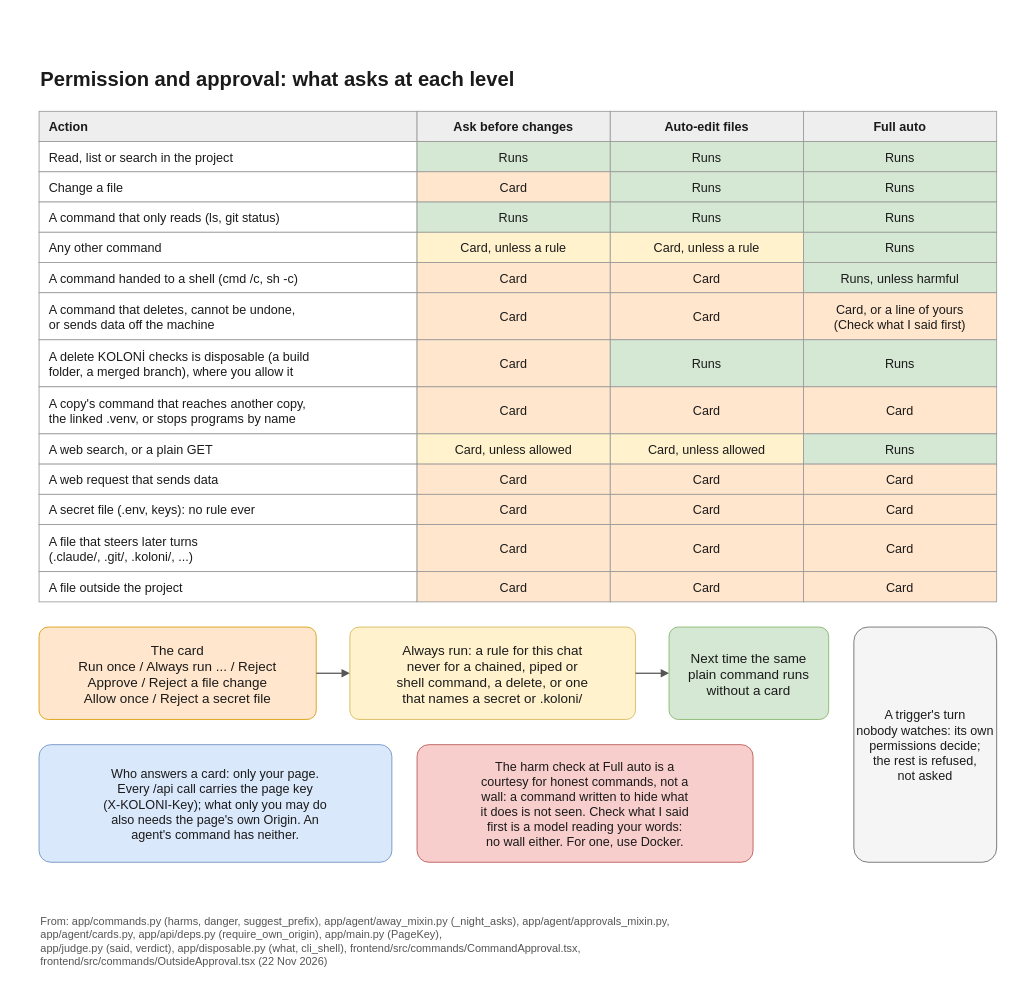
This is docs/diagrams/permissions.drawio from flyingriverhorse/Koloni, a draw.io file, before an edit. Source tidied: cells renumbered, new cells numbered last; positions are measured from the earlier drawing's top-left corner, leaving out a move shared by most shapes. Both pictures are drawn from the tidied source at 84%, with x=0, y=0 at pixel (13, 47).
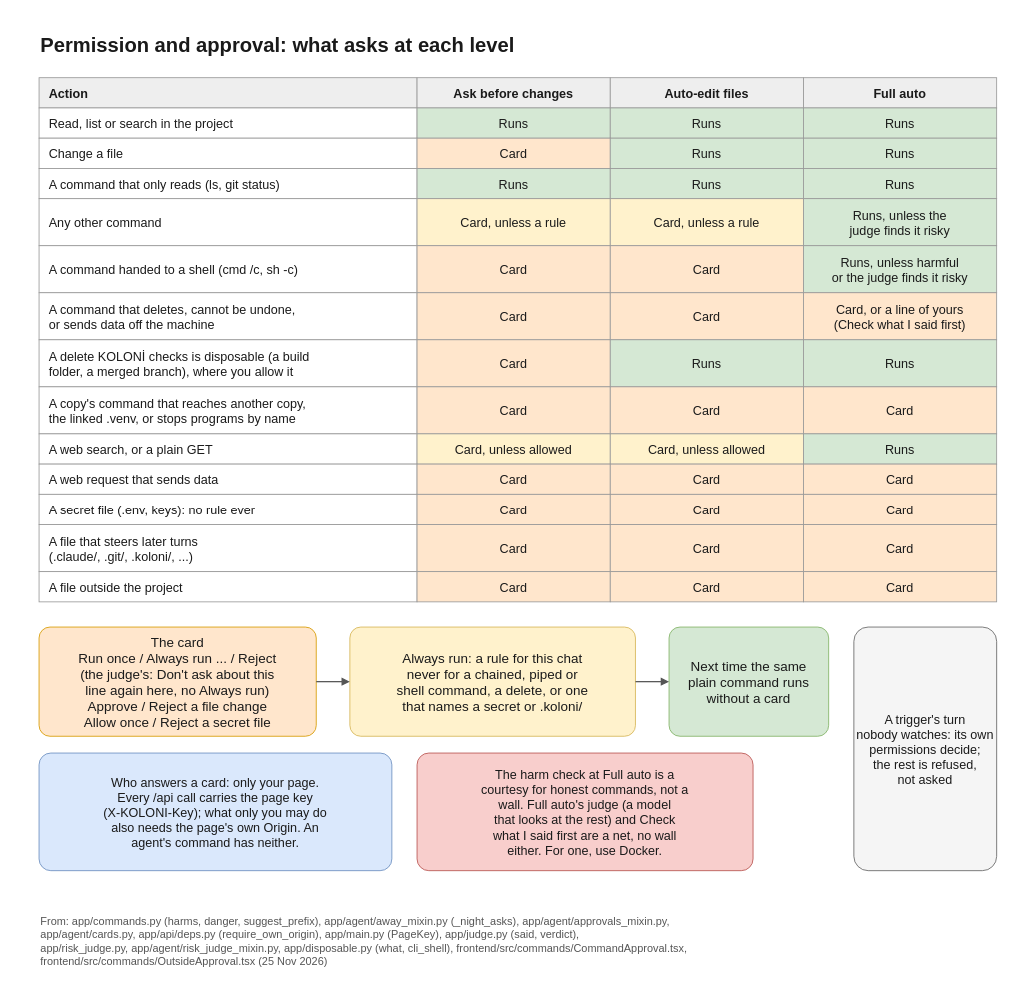
After the change.

Diff of the diagram source:
```diff
@@
     <mxCell id="2" style="rounded=0;fillColor=#ffffff;strokeColor=none;" parent="1" vertex="1">
-      <mxGeometry width="1200" height="1104" as="geometry" />
+      <mxGeometry y="-40" width="1200" height="1144" as="geometry" />
     </mxCell>
     <mxCell id="3" value="Permission and approval: what asks at each level" style="text;strokeColor=none;fillColor=none;fontFamily=Helvetica;fontColor=#1a1a1a;fontSize=24;align=left;verticalAlign=top;fontStyle=1;" parent="1" vertex="1">
-      <mxGeometry x="30" y="16" width="1140" height="36" as="geometry" />
+      <mxGeometry x="30" y="-24" width="1140" height="36" as="geometry" />
     </mxCell>
     <mxCell id="4" value="Action" style="rounded=0;fontFamily=Helvetica;fontColor=#1a1a1a;fontSize=15;strokeColor=#999999;fillColor=#eeeeee;fontStyle=1;align=left;spacingLeft=10;" parent="1" vertex="1">
-      <mxGeometry x="30" y="76" width="450" height="36" as="geometry" />
+      <mxGeometry x="30" y="36" width="450" height="36" as="geometry" />
     </mxCell>
     <mxCell id="5" value="Ask before changes" style="rounded=0;fontFamily=Helvetica;fontColor=#1a1a1a;fontSize=15;strokeColor=#999999;fillColor=#eeeeee;fontStyle=1;" parent="1" vertex="1">
-      <mxGeometry x="480" y="76" width="230" height="36" as="geometry" />
+      <mxGeometry x="480" y="36" width="230" height="36" as="geometry" />
     </mxCell>
     <mxCell id="6" value="Auto-edit files" style="rounded=0;fontFamily=Helvetica;fontColor=#1a1a1a;fontSize=15;strokeColor=#999999;fillColor=#eeeeee;fontStyle=1;" parent="1" vertex="1">
-      <mxGeometry x="710" y="76" width="230" height="36" as="geometry" />
+      <mxGeometry x="710" y="36" width="230" height="36" as="geometry" />
     </mxCell>
     <mxCell id="7" value="Full auto" style="rounded=0;fontFamily=Helvetica;fontColor=#1a1a1a;fontSize=15;strokeColor=#999999;fillColor=#eeeeee;fontStyle=1;" parent="1" vertex="1">
-      <mxGeometry x="940" y="76" width="230" height="36" as="geometry" />
+      <mxGeometry x="940" y="36" width="230" height="36" as="geometry" />
     </mxCell>
     <mxCell id="8" value="Read, list or search in the project" style="rounded=0;fontFamily=Helvetica;fontColor=#1a1a1a;fontSize=15;strokeColor=#999999;fillColor=#ffffff;align=left;spacingLeft=10;" parent="1" vertex="1">
-      <mxGeometry x="30" y="112" width="450" height="36" as="geometry" />
+      <mxGeometry x="30" y="72" width="450" height="36" as="geometry" />
     </mxCell>
     <mxCell id="9" value="Runs" style="rounded=0;fontFamily=Helvetica;fontColor=#1a1a1a;fontSize=15;strokeColor=#999999;fillColor=#d5e8d4;" parent="1" vertex="1">
-      <mxGeometry x="480" y="112" width="230" height="36" as="geometry" />
+      <mxGeometry x="480" y="72" width="230" height="36" as="geometry" />
     </mxCell>
     <mxCell id="10" value="Runs" style="rounded=0;fontFamily=Helvetica;fontColor=#1a1a1a;fontSize=15;strokeColor=#999999;fillColor=#d5e8d4;" parent="1" vertex="1">
-      <mxGeometry x="710" y="112" width="230" height="36" as="geometry" />
+      <mxGeometry x="710" y="72" width="230" height="36" as="geometry" />
     </mxCell>
     <mxCell id="11" value="Runs" style="rounded=0;fontFamily=Helvetica;fontColor=#1a1a1a;fontSize=15;strokeColor=#999999;fillColor=#d5e8d4;" parent="1" vertex="1">
-      <mxGeometry x="940" y="112" width="230" height="36" as="geometry" />
+      <mxGeometry x="940" y="72" width="230" height="36" as="geometry" />
     </mxCell>
     <mxCell id="12" value="Change a file" style="rounded=0;fontFamily=Helvetica;fontColor=#1a1a1a;fontSize=15;strokeColor=#999999;fillColor=#ffffff;align=left;spacingLeft=10;" parent="1" vertex="1">
-      <mxGeometry x="30" y="148" width="450" height="36" as="geometry" />
+      <mxGeometry x="30" y="108" width="450" height="36" as="geometry" />
     </mxCell>
     <mxCell id="13" value="Card" style="rounded=0;fontFamily=Helvetica;fontColor=#1a1a1a;fontSize=15;strokeColor=#999999;fillColor=#ffe6cc;" parent="1" vertex="1">
-      <mxGeometry x="480" y="148" width="230" height="36" as="geometry" />
+      <mxGeometry x="480" y="108" width="230" height="36" as="geometry" />
     </mxCell>
     <mxCell id="14" value="Runs" style="rounded=0;fontFamily=Helvetica;fontColor=#1a1a1a;fontSize=15;strokeColor=#999999;fillColor=#d5e8d4;" parent="1" vertex="1">
-      <mxGeometry x="710" y="148" width="230" height="36" as="geometry" />
+      <mxGeometry x="710" y="108" width="230" height="36" as="geometry" />
     </mxCell>
     <mxCell id="15" value="Runs" style="rounded=0;fontFamily=Helvetica;fontColor=#1a1a1a;fontSize=15;strokeColor=#999999;fillColor=#d5e8d4;" parent="1" vertex="1">
-      <mxGeometry x="940" y="148" width="230" height="36" as="geometry" />
+      <mxGeometry x="940" y="108" width="230" height="36" as="geometry" />
     </mxCell>
     <mxCell id="16" value="A command that only reads (ls, git status)" style="rounded=0;fontFamily=Helvetica;fontColor=#1a1a1a;fontSize=15;strokeColor=#999999;fillColor=#ffffff;align=left;spacingLeft=10;" parent="1" vertex="1">
-      <mxGeometry x="30" y="184" width="450" height="36" as="geometry" />
+      <mxGeometry x="30" y="144" width="450" height="36" as="geometry" />
     </mxCell>
     <mxCell id="17" value="Runs" style="rounded=0;fontFamily=Helvetica;fontColor=#1a1a1a;fontSize=15;strokeColor=#999999;fillColor=#d5e8d4;" parent="1" vertex="1">
-      <mxGeometry x="480" y="184" width="230" height="36" as="geometry" />
+      <mxGeometry x="480" y="144" width="230" height="36" as="geometry" />
     </mxCell>
     <mxCell id="18" value="Runs" style="rounded=0;fontFamily=Helvetica;fontColor=#1a1a1a;fontSize=15;strokeColor=#999999;fillColor=#d5e8d4;" parent="1" vertex="1">
-      <mxGeometry x="710" y="184" width="230" height="36" as="geometry" />
+      <mxGeometry x="710" y="144" width="230" height="36" as="geometry" />
     </mxCell>
     <mxCell id="19" value="Runs" style="rounded=0;fontFamily=Helvetica;fontColor=#1a1a1a;fontSize=15;strokeColor=#999999;fillColor=#d5e8d4;" parent="1" vertex="1">
-      <mxGeometry x="940" y="184" width="230" height="36" as="geometry" />
+      <mxGeometry x="940" y="144" width="230" height="36" as="geometry" />
     </mxCell>
     <mxCell id="20" value="Any other command" style="rounded=0;fontFamily=Helvetica;fontColor=#1a1a1a;fontSize=15;strokeColor=#999999;fillColor=#ffffff;align=left;spacingLeft=10;" parent="1" vertex="1">
-      <mxGeometry x="30" y="220" width="450" height="36" as="geometry" />
+      <mxGeometry x="30" y="180" width="450" height="56" as="geometry" />
     </mxCell>
     <mxCell id="21" value="Card, unless a rule" style="rounded=0;fontFamily=Helvetica;fontColor=#1a1a1a;fontSize=15;strokeColor=#999999;fillColor=#fff2cc;" parent="1" vertex="1">
-      <mxGeometry x="480" y="220" width="230" height="36" as="geometry" />
+      <mxGeometry x="480" y="180" width="230" height="56" as="geometry" />
     </mxCell>
     <mxCell id="22" value="Card, unless a rule" style="rounded=0;fontFamily=Helvetica;fontColor=#1a1a1a;fontSize=15;strokeColor=#999999;fillColor=#fff2cc;" parent="1" vertex="1">
-      <mxGeometry x="710" y="220" width="230" height="36" as="geometry" />
+      <mxGeometry x="710" y="180" width="230" height="56" as="geometry" />
     </mxCell>
-    <mxCell id="23" value="Runs" style="rounded=0;fontFamily=Helvetica;fontColor=#1a1a1a;fontSize=15;strokeColor=#999999;fillColor=#d5e8d4;" parent="1" vertex="1">
-      <mxGeometry x="940" y="220" width="230" height="36" as="geometry" />
+    <mxCell id="23" value="Runs, unless the&#10;judge finds it risky" style="rounded=0;fontFamily=Helvetica;fontColor=#1a1a1a;fontSize=15;strokeColor=#999999;fillColor=#d5e8d4;" parent="1" vertex="1">
+      <mxGeometry x="940" y="180" width="230" height="56" as="geometry" />
     </mxCell>
     <mxCell id="24" value="A command handed to a shell (cmd /c, sh -c)" style="rounded=0;fontFamily=Helvetica;fontColor=#1a1a1a;fontSize=15;strokeColor=#999999;fillColor=#ffffff;align=left;spacingLeft=10;" parent="1" vertex="1">
-      <mxGeometry x="30" y="256" width="450" height="36" as="geometry" />
+      <mxGeometry x="30" y="236" width="450" height="56" as="geometry" />
     </mxCell>
     <mxCell id="25" value="Card" style="rounded=0;fontFamily=Helvetica;fontColor=#1a1a1a;fontSize=15;strokeColor=#999999;fillColor=#ffe6cc;" parent="1" vertex="1">
-      <mxGeometry x="480" y="256" width="230" height="36" as="geometry" />
+      <mxGeometry x="480" y="236" width="230" height="56" as="geometry" />
     </mxCell>
     <mxCell id="26" value="Card" style="rounded=0;fontFamily=Helvetica;fontColor=#1a1a1a;fontSize=15;strokeColor=#999999;fillColor=#ffe6cc;" parent="1" vertex="1">
-      <mxGeometry x="710" y="256" width="230" height="36" as="geometry" />
+      <mxGeometry x="710" y="236" width="230" height="56" as="geometry" />
     </mxCell>
-    <mxCell id="27" value="Runs, unless harmful" style="rounded=0;fontFamily=Helvetica;fontColor=#1a1a1a;fontSize=15;strokeColor=#999999;fillColor=#d5e8d4;" parent="1" vertex="1">
-      <mxGeometry x="940" y="256" width="230" height="36" as="geometry" />
+    <mxCell id="27" value="Runs, unless harmful&#10;or the judge finds it risky" style="rounded=0;fontFamily=Helvetica;fontColor=#1a1a1a;fontSize=15;strokeColor=#999999;fillColor=#d5e8d4;" parent="1" vertex="1">
+      <mxGeometry x="940" y="236" width="230" height="56" as="geometry" />
     </mxCell>
@@
-    <mxCell id="60" value="The card&#10;Run once / Always run ... / Reject&#10;Approve / Reject a file change&#10;Allow once / Reject a secret file" style="rounded=1;arcSize=10;fillColor=#ffe6cc;strokeColor=#d79b00;fontFamily=Helvetica;fontColor=#1a1a1a;fontSize=16;spacing=6;" parent="1" vertex="1">
-      <mxGeometry x="30" y="690" width="330" height="110" as="geometry" />
+    <mxCell id="60" value="The card&#10;Run once / Always run ... / Reject&#10;(the judge's: Don't ask about this&#10;line again here, no Always run)&#10;Approve / Reject a file change&#10;Allow once / Reject a secret file" style="rounded=1;arcSize=10;fillColor=#ffe6cc;strokeColor=#d79b00;fontFamily=Helvetica;fontColor=#1a1a1a;fontSize=16;spacing=6;" parent="1" vertex="1">
+      <mxGeometry x="30" y="690" width="330" height="130" as="geometry" />
     </mxCell>
     <mxCell id="61" value="Always run: a rule for this chat&#10;never for a chained, piped or&#10;shell command, a delete, or one&#10;that names a secret or .koloni/" style="rounded=1;arcSize=10;fillColor=#fff2cc;strokeColor=#d6b656;fontFamily=Helvetica;fontColor=#1a1a1a;fontSize=16;spacing=6;" parent="1" vertex="1">
-      <mxGeometry x="400" y="690" width="340" height="110" as="geometry" />
+      <mxGeometry x="400" y="690" width="340" height="130" as="geometry" />
     </mxCell>
     <mxCell id="62" value="Next time the same&#10;plain command runs&#10;without a card" style="rounded=1;arcSize=10;fillColor=#d5e8d4;strokeColor=#82b366;fontFamily=Helvetica;fontColor=#1a1a1a;fontSize=16;spacing=6;" parent="1" vertex="1">
-      <mxGeometry x="780" y="690" width="190" height="110" as="geometry" />
+      <mxGeometry x="780" y="690" width="190" height="130" as="geometry" />
     </mxCell>
@@
     <mxCell id="65" value="Who answers a card: only your page.&#10;Every /api call carries the page key&#10;(X-KOLONI-Key); what only you may do&#10;also needs the page's own Origin. An&#10;agent's command has neither." style="rounded=1;arcSize=10;fillColor=#dae8fc;strokeColor=#6c8ebf;fontFamily=Helvetica;fontColor=#1a1a1a;fontSize=15;spacing=6;" parent="1" vertex="1">
-      <mxGeometry x="30" y="830" width="420" height="140" as="geometry" />
+      <mxGeometry x="30" y="840" width="420" height="140" as="geometry" />
     </mxCell>
-    <mxCell id="66" value="The harm check at Full auto is a&#10;courtesy for honest commands, not a&#10;wall: a command written to hide what&#10;it does is not seen. Check what I said&#10;first is a model reading your words:&#10;no wall either. For one, use Docker." style="rounded=1;arcSize=10;fillColor=#f8cecc;strokeColor=#b85450;fontFamily=Helvetica;fontColor=#1a1a1a;fontSize=15;spacing=6;" parent="1" vertex="1">
-      <mxGeometry x="480" y="830" width="400" height="140" as="geometry" />
+    <mxCell id="66" value="The harm check at Full auto is a&#10;courtesy for honest commands, not a&#10;wall. Full auto's judge (a model&#10;that looks at the rest) and Check&#10;what I said first are a net, no wall&#10;either. For one, use Docker." style="rounded=1;arcSize=10;fillColor=#f8cecc;strokeColor=#b85450;fontFamily=Helvetica;fontColor=#1a1a1a;fontSize=15;spacing=6;" parent="1" vertex="1">
+      <mxGeometry x="480" y="840" width="400" height="140" as="geometry" />
     </mxCell>
     <mxCell id="67" value="A trigger's turn&#10;nobody watches: its own&#10;permissions decide;&#10;the rest is refused,&#10;not asked" style="rounded=1;arcSize=10;fillColor=#f5f5f5;strokeColor=#666666;fontFamily=Helvetica;fontColor=#1a1a1a;fontSize=15;spacing=6;" parent="1" vertex="1">
-      <mxGeometry x="1000" y="690" width="170" height="280" as="geometry" />
+      <mxGeometry x="1000" y="690" width="170" height="290" as="geometry" />
     </mxCell>
-    <mxCell id="68" value="From: app/commands.py (harms, danger, suggest_prefix), app/agent/away_mixin.py (_night_asks), app/agent/approvals_mixin.py,&#10;app/agent/cards.py, app/api/deps.py (require_own_origin), app/main.py (PageKey),&#10;app/judge.py (said, verdict), app/disposable.py (what, cli_shell), frontend/src/commands/CommandApproval.tsx,&#10;frontend/src/commands/OutsideApproval.tsx (22 Nov 2026)" style="text;strokeColor=none;fillColor=none;fontFamily=Helvetica;fontColor=#555555;fontSize=13;align=left;verticalAlign=top;" parent="1" vertex="1">
+    <mxCell id="68" value="From: app/commands.py (harms, danger, suggest_prefix), app/agent/away_mixin.py (_night_asks), app/agent/approvals_mixin.py,&#10;app/agent/cards.py, app/api/deps.py (require_own_origin), app/main.py (PageKey), app/judge.py (said, verdict),&#10;app/risk_judge.py, app/agent/risk_judge_mixin.py, app/disposable.py (what, cli_shell), frontend/src/commands/CommandApproval.tsx,&#10;frontend/src/commands/OutsideApproval.tsx (25 Nov 2026)" style="text;strokeColor=none;fillColor=none;fontFamily=Helvetica;fontColor=#555555;fontSize=13;align=left;verticalAlign=top;" parent="1" vertex="1">
       <mxGeometry x="30" y="1026" width="1140" height="70" as="geometry" />
     </mxCell>
```
